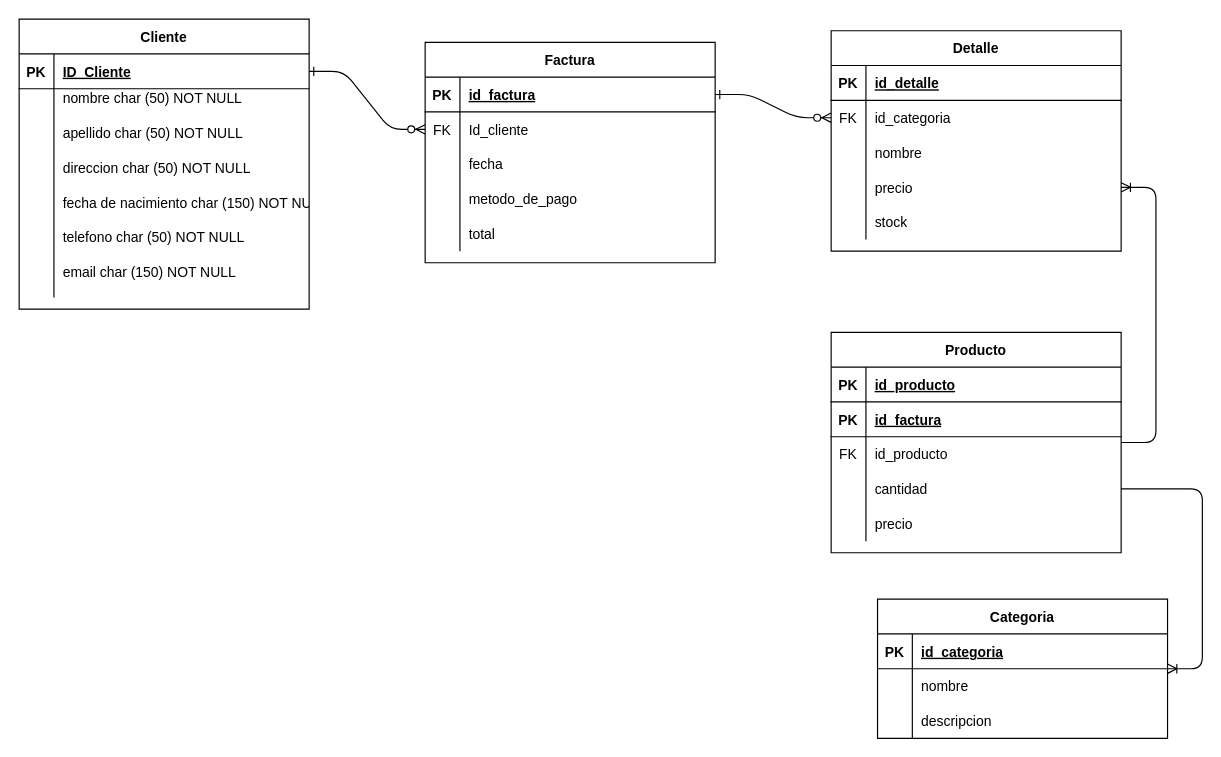
George8a/mitienda keeps this draw.io diagram as DiagramaBD.drawio. Above is the earlier version. Source tidied: cells renumbered, new cells numbered last; positions are measured from the earlier drawing's top-left corner, leaving out a move shared by most shapes. Both pictures are drawn from the tidied source at 116%, with x=0, y=0 at pixel (19, 19).
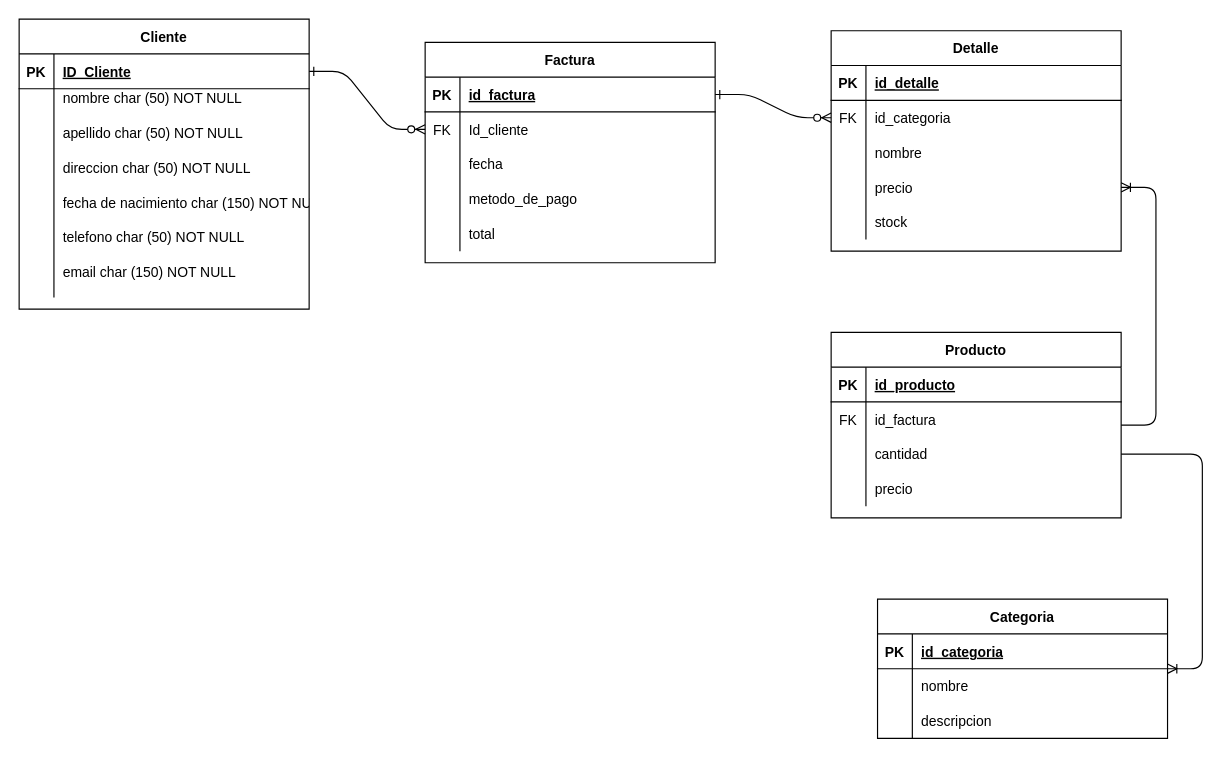
Above is the later version.

Diff of the diagram source:
```diff
@@
     <mxCell id="58" value="Producto" style="shape=table;startSize=30;childLayout=tableLayout;rowLines=0;fontStyle=1;align=center;" parent="1" vertex="1">
-      <mxGeometry x="700" y="270" width="250" height="190" as="geometry" />
+      <mxGeometry x="700" y="270" width="250" height="160" as="geometry" />
     </mxCell>
@@
-    <mxCell id="62" style="shape=partialRectangle;fillColor=none;top=0;left=0;right=0;bottom=1;" parent="58" vertex="1">
-      <mxGeometry y="60" width="250" height="30" as="geometry" />
-    </mxCell>
-    <mxCell id="63" value="PK" style="shape=partialRectangle;overflow=hidden;fillColor=none;top=0;left=0;bottom=0;right=0;fontStyle=1;" parent="62" vertex="1">
-      <mxGeometry width="30" height="30" as="geometry" />
-    </mxCell>
-    <mxCell id="64" value="id_factura" style="shape=partialRectangle;overflow=hidden;fillColor=none;top=0;left=0;bottom=0;right=0;align=left;spacingLeft=6;fontStyle=5;" parent="62" vertex="1">
-      <mxGeometry x="30" width="220" height="30" as="geometry" />
-    </mxCell>
     <mxCell id="65" style="shape=partialRectangle;fillColor=none;top=0;left=0;right=0;bottom=0;" parent="58" vertex="1">
-      <mxGeometry y="90" width="250" height="30" as="geometry" />
+      <mxGeometry y="60" width="250" height="30" as="geometry" />
     </mxCell>
@@
-    <mxCell id="67" value="id_producto" style="shape=partialRectangle;overflow=hidden;fillColor=none;top=0;left=0;bottom=0;right=0;align=left;spacingLeft=6;" parent="65" vertex="1">
+    <mxCell id="67" value="id_factura" style="shape=partialRectangle;overflow=hidden;fillColor=none;top=0;left=0;bottom=0;right=0;align=left;spacingLeft=6;" parent="65" vertex="1">
       <mxGeometry x="30" width="220" height="30" as="geometry" />
     </mxCell>
     <mxCell id="68" style="shape=partialRectangle;fillColor=none;points=[[0,0.5],[1,0.5]];portConstraint=eastwest;top=0;left=0;right=0;bottom=0;" parent="58" vertex="1">
-      <mxGeometry y="120" width="250" height="30" as="geometry" />
+      <mxGeometry y="90" width="250" height="30" as="geometry" />
     </mxCell>
@@
     <mxCell id="71" style="shape=partialRectangle;fillColor=none;top=0;left=0;right=0;bottom=0;" parent="58" vertex="1">
-      <mxGeometry y="150" width="250" height="30" as="geometry" />
+      <mxGeometry y="120" width="250" height="30" as="geometry" />
     </mxCell>
```
